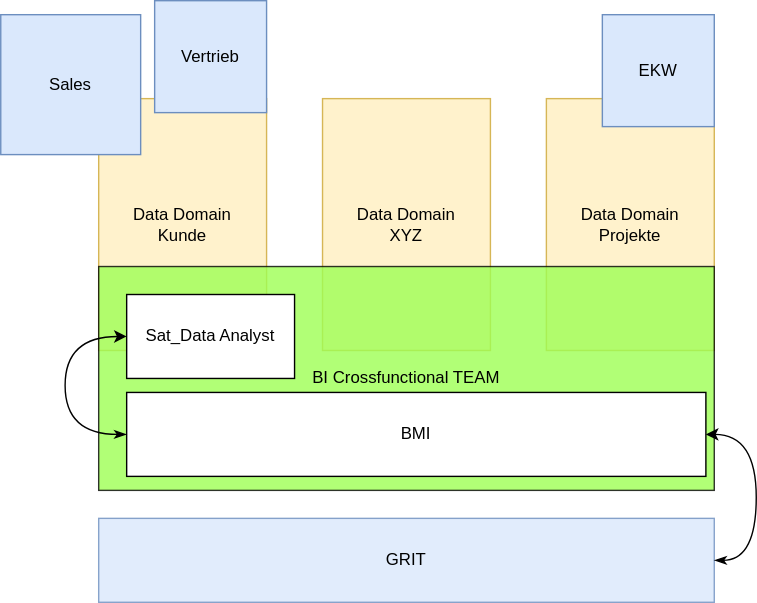
This is organisation/DataOrga.drawio.svg from svenhornberg/dataorga, a draw.io export, as it was before one commit. Source tidied: cells renumbered, new cells last; positions are measured from the earlier drawing's top-left corner, leaving out a move shared by most shapes.
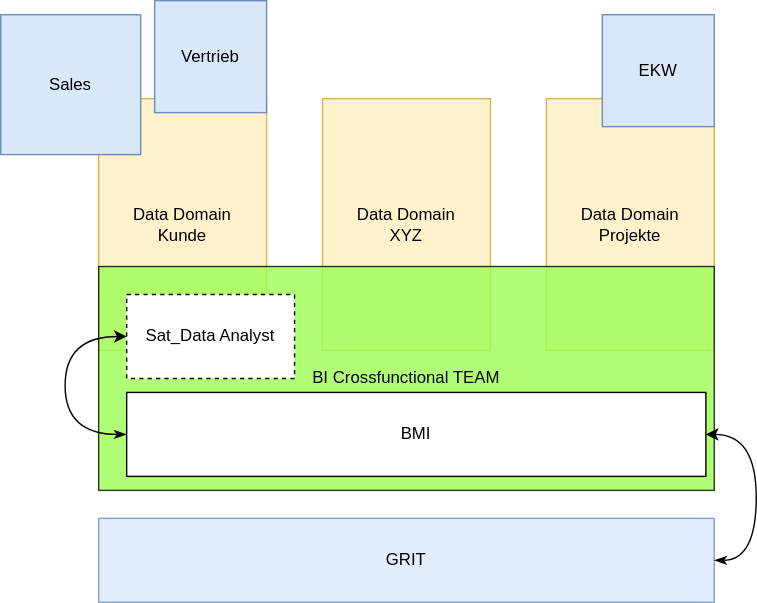
The same file after the commit.

The edit, as a diff of the source:
```diff
@@ -20,7 +20,7 @@
     <mxCell id="7" value="BMI" style="rounded=0;whiteSpace=wrap;html=1;" parent="1" vertex="1">
       <mxGeometry x="90" y="280" width="414" height="60" as="geometry" />
     </mxCell>
-    <mxCell id="8" value="Sat_Data Analyst" style="rounded=0;whiteSpace=wrap;html=1;" parent="1" vertex="1">
+    <mxCell id="8" value="Sat_Data Analyst" style="rounded=0;whiteSpace=wrap;html=1;dashed=1;" parent="1" vertex="1">
       <mxGeometry x="90" y="210" width="120" height="60" as="geometry" />
     </mxCell>
     <mxCell id="9" value="Sales" style="whiteSpace=wrap;html=1;fillColor=#dae8fc;strokeColor=#6c8ebf;" parent="1" vertex="1">
```
